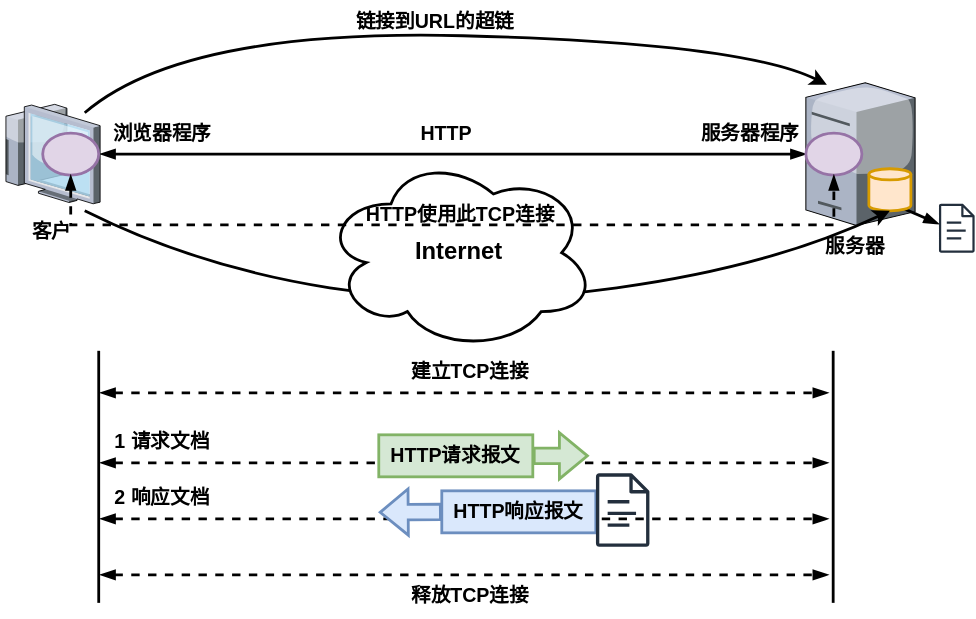
Before: pictures/计算机网络-www的工作过程.drawio.svg, a diagram exported from draw.io (creatern/NoteBook). Source tidied: cells renumbered, new cells last; positions are measured from the earlier drawing's top-left corner, leaving out a move shared by most shapes. The source it was exported from:
```xml
<mxGraphModel>
  <root>
    <mxCell id="0" />
    <mxCell id="1" parent="0" />
    <mxCell id="2" style="verticalLabelPosition=bottom;sketch=0;html=1;verticalAlign=top;strokeColor=none;align=center;outlineConnect=0;shape=mxgraph.citrix.thin_client;fontFamily=Helvetica;fontSize=11;fontColor=default;" parent="1" vertex="1">
      <mxGeometry y="74" width="71" height="71" as="geometry" />
    </mxCell>
    <mxCell id="3" style="verticalLabelPosition=bottom;sketch=0;html=1;verticalAlign=top;strokeColor=none;align=center;outlineConnect=0;shape=mxgraph.citrix.tower_server;fontFamily=Helvetica;fontSize=11;fontColor=default;" parent="1" vertex="1">
      <mxGeometry x="575" y="58.5" width="78" height="102" as="geometry" />
    </mxCell>
    <mxCell id="4" value="&lt;b style=&quot;font-size: 14px;&quot;&gt;客户&lt;/b&gt;" style="text;html=1;align=center;verticalAlign=middle;strokeColor=none;fillColor=none;fontSize=14;fontFamily=Helvetica;fontColor=default;" parent="1" vertex="1">
      <mxGeometry x="10.5" y="150" width="50" height="30" as="geometry" />
    </mxCell>
    <mxCell id="5" value="&lt;b style=&quot;font-size: 14px;&quot;&gt;服务器&lt;/b&gt;" style="text;html=1;align=center;verticalAlign=middle;strokeColor=none;fillColor=none;fontSize=14;fontFamily=Helvetica;fontColor=default;" parent="1" vertex="1">
      <mxGeometry x="575" y="160.5" width="70" height="30" as="geometry" />
    </mxCell>
    <mxCell id="6" style="endArrow=blockThin;startArrow=blockThin;html=1;rounded=0;labelBackgroundColor=default;strokeColor=default;strokeWidth=2;fontFamily=Helvetica;fontSize=11;fontColor=default;shape=connector;startFill=1;endFill=1;" parent="1" edge="1" source="2" target="3">
      <mxGeometry relative="1" as="geometry" />
    </mxCell>
    <mxCell id="7" value="&lt;b style=&quot;font-size: 14px;&quot;&gt;HTTP&lt;/b&gt;" style="text;html=1;align=center;verticalAlign=middle;strokeColor=none;fillColor=none;fontSize=14;fontFamily=Helvetica;fontColor=default;" parent="1" vertex="1">
      <mxGeometry x="287.5" y="80" width="60" height="30" as="geometry" />
    </mxCell>
    <mxCell id="8" value="&lt;b style=&quot;font-size: 14px;&quot;&gt;浏览器程序&lt;/b&gt;" style="text;html=1;align=center;verticalAlign=middle;strokeColor=none;fillColor=none;fontSize=14;fontFamily=Helvetica;fontColor=default;" parent="1" vertex="1">
      <mxGeometry x="70" y="80" width="90" height="30" as="geometry" />
    </mxCell>
    <mxCell id="9" value="&lt;b style=&quot;font-size: 14px;&quot;&gt;服务器程序&lt;/b&gt;" style="text;html=1;align=center;verticalAlign=middle;strokeColor=none;fillColor=none;fontSize=14;fontFamily=Helvetica;fontColor=default;" parent="1" vertex="1">
      <mxGeometry x="490" y="80" width="90" height="30" as="geometry" />
    </mxCell>
    <mxCell id="10" style="curved=1;endArrow=classic;html=1;rounded=0;labelBackgroundColor=default;strokeColor=default;strokeWidth=2;fontFamily=Helvetica;fontSize=11;fontColor=default;shape=connector;" parent="1" edge="1">
      <mxGeometry relative="1" as="geometry">
        <mxPoint x="60" y="80" as="sourcePoint" />
        <mxPoint x="590" y="60" as="targetPoint" />
        <Array as="points">
          <mxPoint x="130" y="20" />
          <mxPoint x="530" y="30" />
        </Array>
      </mxGeometry>
    </mxCell>
    <mxCell id="11" value="&lt;b style=&quot;font-size: 14px;&quot;&gt;链接到URL的超链&lt;/b&gt;" style="text;html=1;align=center;verticalAlign=middle;strokeColor=none;fillColor=none;fontSize=14;fontFamily=Helvetica;fontColor=default;" parent="1" vertex="1">
      <mxGeometry x="240" width="140" height="30" as="geometry" />
    </mxCell>
    <mxCell id="12" style="ellipse;whiteSpace=wrap;html=1;fontFamily=Helvetica;fontSize=11;strokeWidth=2;fillColor=#e1d5e7;strokeColor=#9673a6;" parent="1" vertex="1">
      <mxGeometry x="575" y="94.5" width="40" height="30" as="geometry" />
    </mxCell>
    <mxCell id="13" style="shape=connector;rounded=0;jettySize=auto;html=1;exitX=0.855;exitY=1;exitDx=0;exitDy=-1.16;exitPerimeter=0;labelBackgroundColor=default;strokeColor=default;strokeWidth=2;fontFamily=Helvetica;fontSize=11;fontColor=default;startArrow=none;startFill=0;endArrow=blockThin;endFill=1;" parent="1" edge="1" source="14">
      <mxGeometry relative="1" as="geometry">
        <mxPoint x="670" y="159.5" as="targetPoint" />
      </mxGeometry>
    </mxCell>
    <mxCell id="14" style="shape=cylinder3;whiteSpace=wrap;html=1;boundedLbl=1;backgroundOutline=1;size=4;fontFamily=Helvetica;fontSize=11;strokeWidth=2;fillColor=#ffe6cc;strokeColor=#d79b00;" parent="1" vertex="1">
      <mxGeometry x="620" y="120" width="30" height="30" as="geometry" />
    </mxCell>
    <mxCell id="15" style="ellipse;whiteSpace=wrap;html=1;fontFamily=Helvetica;fontSize=11;strokeWidth=2;fillColor=#e1d5e7;strokeColor=#9673a6;" parent="1" vertex="1">
      <mxGeometry x="30" y="94.5" width="40" height="30" as="geometry" />
    </mxCell>
    <mxCell id="16" style="curved=1;endArrow=classic;html=1;rounded=0;labelBackgroundColor=default;strokeColor=default;strokeWidth=2;fontFamily=Helvetica;fontSize=11;fontColor=default;shape=connector;entryX=0.5;entryY=1;entryDx=0;entryDy=0;entryPerimeter=0;" parent="1" edge="1" target="14">
      <mxGeometry relative="1" as="geometry">
        <mxPoint x="60" y="150" as="sourcePoint" />
        <Array as="points">
          <mxPoint x="140" y="190" />
          <mxPoint x="330" y="220" />
          <mxPoint x="550" y="190" />
        </Array>
      </mxGeometry>
    </mxCell>
    <mxCell id="17" value="Internet" style="ellipse;shape=cloud;whiteSpace=wrap;html=1;fontFamily=Helvetica;fontSize=17;fontColor=default;fontStyle=1;strokeWidth=2;" parent="1" vertex="1">
      <mxGeometry x="230" y="110" width="195" height="140" as="geometry" />
    </mxCell>
    <mxCell id="18" style="endArrow=blockThin;html=1;rounded=0;labelBackgroundColor=default;strokeColor=default;strokeWidth=2;fontFamily=Helvetica;fontSize=11;fontColor=default;shape=connector;entryX=0.5;entryY=1;entryDx=0;entryDy=0;exitX=0.5;exitY=1;exitDx=0;exitDy=0;edgeStyle=orthogonalEdgeStyle;startArrow=blockThin;startFill=1;endFill=1;dashed=1;" parent="1" edge="1" source="15" target="12">
      <mxGeometry relative="1" as="geometry">
        <Array as="points">
          <mxPoint x="50" y="160" />
          <mxPoint x="595" y="160" />
        </Array>
      </mxGeometry>
    </mxCell>
    <mxCell id="19" value="&lt;b style=&quot;font-size: 14px;&quot;&gt;HTTP使用此TCP连接&lt;/b&gt;" style="text;html=1;align=center;verticalAlign=middle;strokeColor=none;fillColor=none;fontSize=14;fontFamily=Helvetica;fontColor=default;" parent="1" vertex="1">
      <mxGeometry x="247.5" y="138" width="160" height="30" as="geometry" />
    </mxCell>
    <mxCell id="20" style="sketch=0;fontColor=#232F3E;gradientColor=none;fillColor=#232F3D;strokeColor=none;dashed=0;verticalLabelPosition=bottom;verticalAlign=top;align=center;html=1;fontSize=12;fontStyle=0;shape=mxgraph.aws4.document;fontFamily=Helvetica;" parent="1" vertex="1">
      <mxGeometry x="670" y="145" width="25.6" height="35" as="geometry" />
    </mxCell>
    <mxCell id="21" style="endArrow=blockThin;startArrow=blockThin;html=1;rounded=0;labelBackgroundColor=default;strokeColor=default;strokeWidth=2;fontFamily=Helvetica;fontSize=11;fontColor=default;shape=connector;startFill=1;endFill=1;dashed=1;" parent="1" edge="1">
      <mxGeometry relative="1" as="geometry">
        <mxPoint x="71" y="280" as="sourcePoint" />
        <mxPoint x="591" y="280" as="targetPoint" />
      </mxGeometry>
    </mxCell>
    <mxCell id="22" style="endArrow=blockThin;startArrow=blockThin;html=1;rounded=0;labelBackgroundColor=default;strokeColor=default;strokeWidth=2;fontFamily=Helvetica;fontSize=11;fontColor=default;shape=connector;startFill=1;endFill=1;dashed=1;" parent="1" edge="1">
      <mxGeometry relative="1" as="geometry">
        <mxPoint x="71" y="330" as="sourcePoint" />
        <mxPoint x="591" y="330" as="targetPoint" />
      </mxGeometry>
    </mxCell>
    <mxCell id="23" style="endArrow=blockThin;startArrow=blockThin;html=1;rounded=0;labelBackgroundColor=default;strokeColor=default;strokeWidth=2;fontFamily=Helvetica;fontSize=11;fontColor=default;shape=connector;startFill=1;endFill=1;dashed=1;" parent="1" edge="1">
      <mxGeometry relative="1" as="geometry">
        <mxPoint x="71" y="370" as="sourcePoint" />
        <mxPoint x="591" y="370" as="targetPoint" />
      </mxGeometry>
    </mxCell>
    <mxCell id="24" style="endArrow=blockThin;startArrow=blockThin;html=1;rounded=0;labelBackgroundColor=default;strokeColor=default;strokeWidth=2;fontFamily=Helvetica;fontSize=11;fontColor=default;shape=connector;startFill=1;endFill=1;dashed=1;" parent="1" edge="1">
      <mxGeometry relative="1" as="geometry">
        <mxPoint x="71" y="410" as="sourcePoint" />
        <mxPoint x="591" y="410" as="targetPoint" />
      </mxGeometry>
    </mxCell>
    <mxCell id="25" style="endArrow=none;html=1;rounded=0;labelBackgroundColor=default;strokeColor=default;strokeWidth=2;fontFamily=Helvetica;fontSize=11;fontColor=default;shape=connector;" parent="1" edge="1">
      <mxGeometry relative="1" as="geometry">
        <mxPoint x="70" y="430" as="sourcePoint" />
        <mxPoint x="70" y="250" as="targetPoint" />
      </mxGeometry>
    </mxCell>
    <mxCell id="26" style="endArrow=none;html=1;rounded=0;labelBackgroundColor=default;strokeColor=default;strokeWidth=2;fontFamily=Helvetica;fontSize=11;fontColor=default;shape=connector;" parent="1" edge="1">
      <mxGeometry relative="1" as="geometry">
        <mxPoint x="594.5" y="430" as="sourcePoint" />
        <mxPoint x="594.5" y="250" as="targetPoint" />
      </mxGeometry>
    </mxCell>
    <mxCell id="27" value="&lt;b style=&quot;font-size: 14px;&quot;&gt;建立TCP连接&lt;/b&gt;" style="text;html=1;align=center;verticalAlign=middle;strokeColor=none;fillColor=none;fontSize=14;fontFamily=Helvetica;fontColor=default;" parent="1" vertex="1">
      <mxGeometry x="280" y="250" width="110" height="30" as="geometry" />
    </mxCell>
    <mxCell id="28" value="&lt;b style=&quot;font-size: 14px;&quot;&gt;1 请求文档&lt;/b&gt;" style="text;html=1;align=center;verticalAlign=middle;strokeColor=none;fillColor=none;fontSize=14;fontFamily=Helvetica;fontColor=default;" parent="1" vertex="1">
      <mxGeometry x="70" y="300" width="90" height="30" as="geometry" />
    </mxCell>
    <mxCell id="29" value="&lt;b style=&quot;font-size: 14px;&quot;&gt;2 响应文档&lt;/b&gt;" style="text;html=1;align=center;verticalAlign=middle;strokeColor=none;fillColor=none;fontSize=14;fontFamily=Helvetica;fontColor=default;" parent="1" vertex="1">
      <mxGeometry x="70" y="340" width="90" height="30" as="geometry" />
    </mxCell>
    <mxCell id="30" style="edgeStyle=none;shape=flexArrow;rounded=0;jettySize=auto;html=1;exitX=1;exitY=0.5;exitDx=0;exitDy=0;labelBackgroundColor=default;strokeColor=#82b366;strokeWidth=2;fontFamily=Helvetica;fontSize=11;fontColor=default;startArrow=none;startFill=0;endArrow=blockThin;endFill=1;fillColor=#d5e8d4;" parent="1" edge="1" source="31">
      <mxGeometry relative="1" as="geometry">
        <mxPoint x="420" y="325" as="targetPoint" />
      </mxGeometry>
    </mxCell>
    <mxCell id="31" value="&lt;b style=&quot;font-size: 14px;&quot;&gt;HTTP请求报文&lt;/b&gt;" style="rounded=0;whiteSpace=wrap;html=1;fontFamily=Helvetica;fontSize=14;strokeWidth=2;fillColor=#d5e8d4;strokeColor=#82b366;" parent="1" vertex="1">
      <mxGeometry x="270" y="310" width="110" height="30" as="geometry" />
    </mxCell>
    <mxCell id="32" style="edgeStyle=none;shape=flexArrow;rounded=0;jettySize=auto;html=1;exitX=0;exitY=0.5;exitDx=0;exitDy=0;labelBackgroundColor=default;strokeColor=#6c8ebf;strokeWidth=2;fontFamily=Helvetica;fontSize=11;fontColor=default;startArrow=none;startFill=0;endArrow=blockThin;endFill=1;fillColor=#dae8fc;" parent="1" edge="1" source="33">
      <mxGeometry relative="1" as="geometry">
        <mxPoint x="270" y="365.3" as="targetPoint" />
      </mxGeometry>
    </mxCell>
    <mxCell id="33" value="&lt;b style=&quot;font-size: 14px;&quot;&gt;HTTP响应报文&lt;/b&gt;" style="rounded=0;whiteSpace=wrap;html=1;fontFamily=Helvetica;fontSize=14;strokeWidth=2;fillColor=#dae8fc;strokeColor=#6c8ebf;" parent="1" vertex="1">
      <mxGeometry x="315" y="350" width="110" height="30" as="geometry" />
    </mxCell>
    <mxCell id="34" style="sketch=0;fontColor=#232F3E;gradientColor=none;fillColor=#232F3D;strokeColor=none;dashed=0;verticalLabelPosition=bottom;verticalAlign=top;align=center;html=1;fontSize=12;fontStyle=0;shape=mxgraph.aws4.document;fontFamily=Helvetica;" parent="1" vertex="1">
      <mxGeometry x="425" y="337.5" width="38.4" height="52.5" as="geometry" />
    </mxCell>
    <mxCell id="35" value="&lt;b style=&quot;font-size: 14px;&quot;&gt;释放TCP连接&lt;/b&gt;" style="text;html=1;align=center;verticalAlign=middle;strokeColor=none;fillColor=none;fontSize=14;fontFamily=Helvetica;fontColor=default;" parent="1" vertex="1">
      <mxGeometry x="280" y="410" width="110" height="30" as="geometry" />
    </mxCell>
  </root>
</mxGraphModel>
```
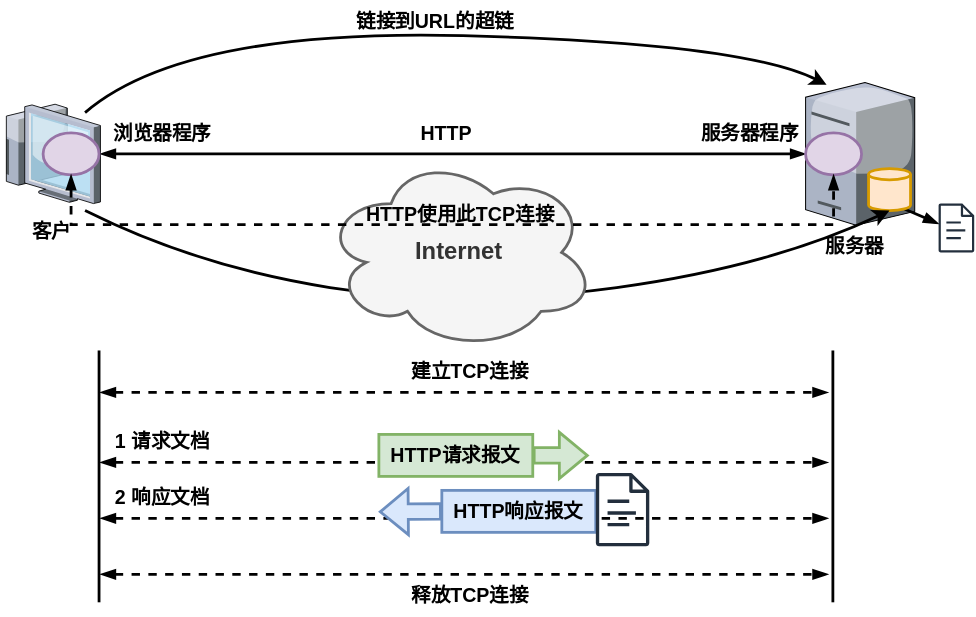
The same file after the commit.

Diff of the diagram source:
```diff
@@ -63,7 +63,7 @@
         </Array>
       </mxGeometry>
     </mxCell>
-    <mxCell id="17" value="Internet" style="ellipse;shape=cloud;whiteSpace=wrap;html=1;fontFamily=Helvetica;fontSize=17;fontColor=default;fontStyle=1;strokeWidth=2;" parent="1" vertex="1">
+    <mxCell id="17" value="Internet" style="ellipse;shape=cloud;whiteSpace=wrap;html=1;fontFamily=Helvetica;fontSize=17;fontColor=#333333;fontStyle=1;strokeWidth=2;fillColor=#f5f5f5;strokeColor=#666666;" parent="1" vertex="1">
       <mxGeometry x="230" y="110" width="195" height="140" as="geometry" />
     </mxCell>
     <mxCell id="18" style="endArrow=blockThin;html=1;rounded=0;labelBackgroundColor=default;strokeColor=default;strokeWidth=2;fontFamily=Helvetica;fontSize=11;fontColor=default;shape=connector;entryX=0.5;entryY=1;entryDx=0;entryDy=0;exitX=0.5;exitY=1;exitDx=0;exitDy=0;edgeStyle=orthogonalEdgeStyle;startArrow=blockThin;startFill=1;endFill=1;dashed=1;" parent="1" edge="1" source="15" target="12">
```
